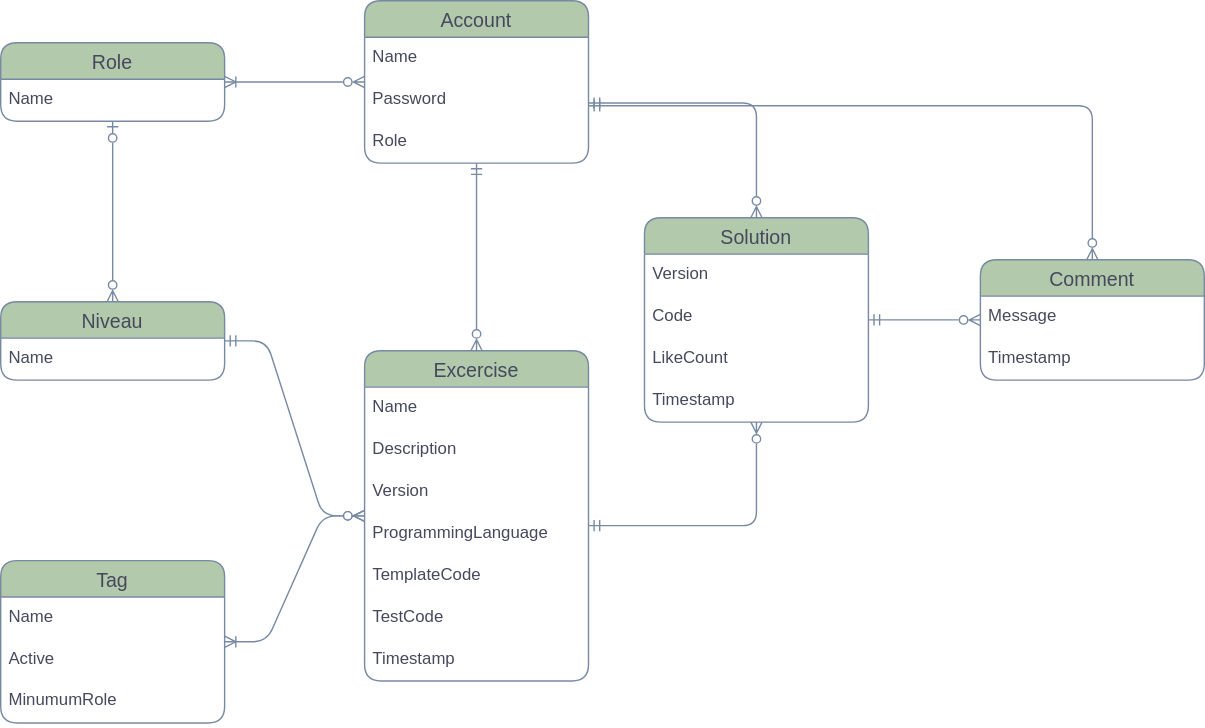
This is apps/avans-code-web/src/assets/erd.svg from Job79/avans-code, a draw.io export, as it was before one commit. Source tidied: cells renumbered, new cells last; positions are measured from the earlier drawing's top-left corner, leaving out a move shared by most shapes. Its diagram source:
```xml
<mxGraphModel>
  <root>
    <mxCell id="0" />
    <mxCell id="1" parent="0" />
    <mxCell id="2" style="edgeStyle=orthogonalEdgeStyle;rounded=1;jettySize=auto;html=1;endArrow=ERzeroToMany;endFill=0;startArrow=ERmandOne;startFill=0;labelBackgroundColor=none;strokeColor=#788AA3;fontColor=default;" parent="1" edge="1" source="3" target="13">
      <mxGeometry relative="1" as="geometry">
        <Array as="points">
          <mxPoint x="540" y="375" />
        </Array>
      </mxGeometry>
    </mxCell>
    <mxCell id="3" value="Excercise" style="swimlane;fontStyle=0;horizontal=1;startSize=26;align=center;fontSize=14;labelBackgroundColor=none;fillColor=#B2C9AB;strokeColor=#788AA3;fontColor=#46495D;rounded=1;" parent="1" vertex="1">
      <mxGeometry x="260" y="250" width="160" height="236" as="geometry" />
    </mxCell>
    <mxCell id="4" value="Name" style="text;strokeColor=none;fillColor=none;spacingLeft=4;spacingRight=4;overflow=hidden;fontSize=12;whiteSpace=wrap;html=1;labelBackgroundColor=none;fontColor=#46495D;rounded=1;" parent="3" vertex="1">
      <mxGeometry y="26" width="160" height="30" as="geometry" />
    </mxCell>
    <mxCell id="5" value="Description" style="text;strokeColor=none;fillColor=none;spacingLeft=4;spacingRight=4;overflow=hidden;fontSize=12;whiteSpace=wrap;html=1;labelBackgroundColor=none;fontColor=#46495D;rounded=1;" parent="3" vertex="1">
      <mxGeometry y="56" width="160" height="30" as="geometry" />
    </mxCell>
    <mxCell id="6" value="Version" style="text;strokeColor=none;fillColor=none;spacingLeft=4;spacingRight=4;overflow=hidden;fontSize=12;whiteSpace=wrap;html=1;labelBackgroundColor=none;fontColor=#46495D;rounded=1;" parent="3" vertex="1">
      <mxGeometry y="86" width="160" height="30" as="geometry" />
    </mxCell>
    <mxCell id="7" value="ProgrammingLanguage" style="text;strokeColor=none;fillColor=none;spacingLeft=4;spacingRight=4;overflow=hidden;fontSize=12;whiteSpace=wrap;html=1;labelBackgroundColor=none;fontColor=#46495D;rounded=1;" parent="3" vertex="1">
      <mxGeometry y="116" width="160" height="30" as="geometry" />
    </mxCell>
    <mxCell id="8" value="TemplateCode" style="text;strokeColor=none;fillColor=none;spacingLeft=4;spacingRight=4;overflow=hidden;fontSize=12;whiteSpace=wrap;html=1;labelBackgroundColor=none;fontColor=#46495D;rounded=1;" parent="3" vertex="1">
      <mxGeometry y="146" width="160" height="30" as="geometry" />
    </mxCell>
    <mxCell id="9" value="TestCode" style="text;strokeColor=none;fillColor=none;spacingLeft=4;spacingRight=4;overflow=hidden;fontSize=12;whiteSpace=wrap;html=1;labelBackgroundColor=none;fontColor=#46495D;rounded=1;" parent="3" vertex="1">
      <mxGeometry y="176" width="160" height="30" as="geometry" />
    </mxCell>
    <mxCell id="10" value="Timestamp" style="text;strokeColor=none;fillColor=none;spacingLeft=4;spacingRight=4;overflow=hidden;fontSize=12;whiteSpace=wrap;html=1;labelBackgroundColor=none;fontColor=#46495D;rounded=1;" parent="3" vertex="1">
      <mxGeometry y="206" width="160" height="30" as="geometry" />
    </mxCell>
    <mxCell id="11" style="edgeStyle=orthogonalEdgeStyle;rounded=1;jettySize=auto;html=1;endArrow=ERmandOne;endFill=0;startArrow=ERzeroToMany;startFill=0;labelBackgroundColor=none;strokeColor=#788AA3;fontColor=default;" parent="1" edge="1" source="13" target="30">
      <mxGeometry relative="1" as="geometry">
        <Array as="points">
          <mxPoint x="540" y="73" />
        </Array>
      </mxGeometry>
    </mxCell>
    <mxCell id="12" style="edgeStyle=orthogonalEdgeStyle;rounded=1;jettySize=auto;html=1;endArrow=ERzeroToMany;endFill=0;startArrow=ERmandOne;startFill=0;labelBackgroundColor=none;strokeColor=#788AA3;fontColor=default;" parent="1" edge="1" source="13" target="22">
      <mxGeometry relative="1" as="geometry" />
    </mxCell>
    <mxCell id="13" value="Solution" style="swimlane;fontStyle=0;horizontal=1;startSize=26;align=center;fontSize=14;labelBackgroundColor=none;fillColor=#B2C9AB;strokeColor=#788AA3;fontColor=#46495D;rounded=1;" parent="1" vertex="1">
      <mxGeometry x="460" y="155" width="160" height="146" as="geometry" />
    </mxCell>
    <mxCell id="14" value="Version" style="text;strokeColor=none;fillColor=none;spacingLeft=4;spacingRight=4;overflow=hidden;fontSize=12;whiteSpace=wrap;html=1;labelBackgroundColor=none;fontColor=#46495D;rounded=1;" parent="13" vertex="1">
      <mxGeometry y="26" width="160" height="30" as="geometry" />
    </mxCell>
    <mxCell id="15" value="Code" style="text;strokeColor=none;fillColor=none;spacingLeft=4;spacingRight=4;overflow=hidden;fontSize=12;whiteSpace=wrap;html=1;labelBackgroundColor=none;fontColor=#46495D;rounded=1;" parent="13" vertex="1">
      <mxGeometry y="56" width="160" height="30" as="geometry" />
    </mxCell>
    <mxCell id="16" value="LikeCount" style="text;strokeColor=none;fillColor=none;spacingLeft=4;spacingRight=4;overflow=hidden;fontSize=12;whiteSpace=wrap;html=1;labelBackgroundColor=none;fontColor=#46495D;rounded=1;" parent="13" vertex="1">
      <mxGeometry y="86" width="160" height="30" as="geometry" />
    </mxCell>
    <mxCell id="17" value="Timestamp" style="text;strokeColor=none;fillColor=none;spacingLeft=4;spacingRight=4;overflow=hidden;fontSize=12;whiteSpace=wrap;html=1;labelBackgroundColor=none;fontColor=#46495D;rounded=1;" parent="13" vertex="1">
      <mxGeometry y="116" width="160" height="30" as="geometry" />
    </mxCell>
    <mxCell id="18" value="Tag" style="swimlane;fontStyle=0;horizontal=1;startSize=26;align=center;fontSize=14;labelBackgroundColor=none;fillColor=#B2C9AB;strokeColor=#788AA3;fontColor=#46495D;rounded=1;" parent="1" vertex="1">
      <mxGeometry y="400" width="160" height="116" as="geometry" />
    </mxCell>
    <mxCell id="19" value="Name" style="text;strokeColor=none;fillColor=none;spacingLeft=4;spacingRight=4;overflow=hidden;fontSize=12;whiteSpace=wrap;html=1;labelBackgroundColor=none;fontColor=#46495D;rounded=1;" parent="18" vertex="1">
      <mxGeometry y="26" width="160" height="30" as="geometry" />
    </mxCell>
    <mxCell id="20" value="Active" style="text;strokeColor=none;fillColor=none;spacingLeft=4;spacingRight=4;overflow=hidden;fontSize=12;whiteSpace=wrap;html=1;labelBackgroundColor=none;fontColor=#46495D;rounded=1;" parent="18" vertex="1">
      <mxGeometry y="56" width="160" height="30" as="geometry" />
    </mxCell>
    <mxCell id="21" value="MinumumRole" style="text;strokeColor=none;fillColor=none;spacingLeft=4;spacingRight=4;overflow=hidden;fontSize=12;whiteSpace=wrap;html=1;labelBackgroundColor=none;fontColor=#46495D;rounded=1;" parent="18" vertex="1">
      <mxGeometry y="86" width="160" height="30" as="geometry" />
    </mxCell>
    <mxCell id="22" value="Comment" style="swimlane;fontStyle=0;horizontal=1;startSize=26;align=center;fontSize=14;labelBackgroundColor=none;fillColor=#B2C9AB;strokeColor=#788AA3;fontColor=#46495D;rounded=1;" parent="1" vertex="1">
      <mxGeometry x="700" y="185" width="160" height="86" as="geometry" />
    </mxCell>
    <mxCell id="23" value="Message" style="text;strokeColor=none;fillColor=none;spacingLeft=4;spacingRight=4;overflow=hidden;fontSize=12;whiteSpace=wrap;html=1;labelBackgroundColor=none;fontColor=#46495D;rounded=1;" parent="22" vertex="1">
      <mxGeometry y="26" width="160" height="30" as="geometry" />
    </mxCell>
    <mxCell id="24" value="Timestamp" style="text;strokeColor=none;fillColor=none;spacingLeft=4;spacingRight=4;overflow=hidden;fontSize=12;whiteSpace=wrap;html=1;labelBackgroundColor=none;fontColor=#46495D;rounded=1;" parent="22" vertex="1">
      <mxGeometry y="56" width="160" height="30" as="geometry" />
    </mxCell>
    <mxCell id="25" style="edgeStyle=entityRelationEdgeStyle;fontSize=12;html=1;endArrow=ERoneToMany;startArrow=ERzeroToMany;rounded=1;labelBackgroundColor=none;strokeColor=#788AA3;fontColor=default;" parent="1" edge="1" source="3" target="18">
      <mxGeometry relative="1" as="geometry" />
    </mxCell>
    <mxCell id="26" value="Niveau" style="swimlane;fontStyle=0;horizontal=1;startSize=26;align=center;fontSize=14;labelBackgroundColor=none;fillColor=#B2C9AB;strokeColor=#788AA3;fontColor=#46495D;rounded=1;" parent="1" vertex="1">
      <mxGeometry y="215" width="160" height="56" as="geometry" />
    </mxCell>
    <mxCell id="27" value="Name" style="text;strokeColor=none;fillColor=none;spacingLeft=4;spacingRight=4;overflow=hidden;fontSize=12;whiteSpace=wrap;html=1;labelBackgroundColor=none;fontColor=#46495D;rounded=1;" parent="26" vertex="1">
      <mxGeometry y="26" width="160" height="30" as="geometry" />
    </mxCell>
    <mxCell id="28" style="edgeStyle=entityRelationEdgeStyle;fontSize=12;html=1;endArrow=ERzeroToMany;startArrow=ERmandOne;rounded=1;labelBackgroundColor=none;strokeColor=#788AA3;fontColor=default;" parent="1" edge="1" source="26" target="3">
      <mxGeometry relative="1" as="geometry" />
    </mxCell>
    <mxCell id="29" style="edgeStyle=orthogonalEdgeStyle;rounded=1;jettySize=auto;html=1;endArrow=ERzeroToMany;endFill=0;startArrow=ERmandOne;startFill=0;labelBackgroundColor=none;strokeColor=#788AA3;fontColor=default;" parent="1" edge="1" source="30" target="3">
      <mxGeometry relative="1" as="geometry" />
    </mxCell>
    <mxCell id="30" value="Account" style="swimlane;fontStyle=0;horizontal=1;startSize=26;align=center;fontSize=14;labelBackgroundColor=none;fillColor=#B2C9AB;strokeColor=#788AA3;fontColor=#46495D;rounded=1;" parent="1" vertex="1">
      <mxGeometry x="260" width="160" height="116" as="geometry" />
    </mxCell>
    <mxCell id="31" value="Name" style="text;strokeColor=none;fillColor=none;spacingLeft=4;spacingRight=4;overflow=hidden;fontSize=12;whiteSpace=wrap;html=1;labelBackgroundColor=none;fontColor=#46495D;rounded=1;" parent="30" vertex="1">
      <mxGeometry y="26" width="160" height="30" as="geometry" />
    </mxCell>
    <mxCell id="32" value="Password" style="text;strokeColor=none;fillColor=none;spacingLeft=4;spacingRight=4;overflow=hidden;fontSize=12;whiteSpace=wrap;html=1;labelBackgroundColor=none;fontColor=#46495D;rounded=1;" parent="30" vertex="1">
      <mxGeometry y="56" width="160" height="30" as="geometry" />
    </mxCell>
    <mxCell id="33" value="Role" style="text;strokeColor=none;fillColor=none;spacingLeft=4;spacingRight=4;overflow=hidden;fontSize=12;whiteSpace=wrap;html=1;labelBackgroundColor=none;fontColor=#46495D;rounded=1;" parent="30" vertex="1">
      <mxGeometry y="86" width="160" height="30" as="geometry" />
    </mxCell>
    <mxCell id="34" style="edgeStyle=orthogonalEdgeStyle;rounded=1;jettySize=auto;html=1;endArrow=ERzeroToMany;endFill=0;startArrow=ERzeroToOne;startFill=0;labelBackgroundColor=none;strokeColor=#788AA3;fontColor=default;" parent="1" edge="1" source="36" target="26">
      <mxGeometry relative="1" as="geometry" />
    </mxCell>
    <mxCell id="35" style="edgeStyle=orthogonalEdgeStyle;rounded=1;jettySize=auto;html=1;endArrow=ERzeroToMany;endFill=0;startArrow=ERoneToMany;startFill=0;labelBackgroundColor=none;strokeColor=#788AA3;fontColor=default;" parent="1" edge="1" source="36" target="30">
      <mxGeometry relative="1" as="geometry" />
    </mxCell>
    <mxCell id="36" value="Role" style="swimlane;fontStyle=0;horizontal=1;startSize=26;align=center;fontSize=14;labelBackgroundColor=none;fillColor=#B2C9AB;strokeColor=#788AA3;fontColor=#46495D;rounded=1;" parent="1" vertex="1">
      <mxGeometry y="30" width="160" height="56" as="geometry" />
    </mxCell>
    <mxCell id="37" value="Name" style="text;strokeColor=none;fillColor=none;spacingLeft=4;spacingRight=4;overflow=hidden;fontSize=12;whiteSpace=wrap;html=1;labelBackgroundColor=none;fontColor=#46495D;rounded=1;" parent="36" vertex="1">
      <mxGeometry y="26" width="160" height="30" as="geometry" />
    </mxCell>
    <mxCell id="38" style="edgeStyle=orthogonalEdgeStyle;rounded=1;jettySize=auto;html=1;endArrow=ERmandOne;endFill=0;startArrow=ERzeroToMany;startFill=0;labelBackgroundColor=none;strokeColor=#788AA3;fontColor=default;" parent="1" edge="1" source="22" target="30">
      <mxGeometry relative="1" as="geometry">
        <Array as="points">
          <mxPoint x="780" y="75" />
        </Array>
      </mxGeometry>
    </mxCell>
  </root>
</mxGraphModel>
```
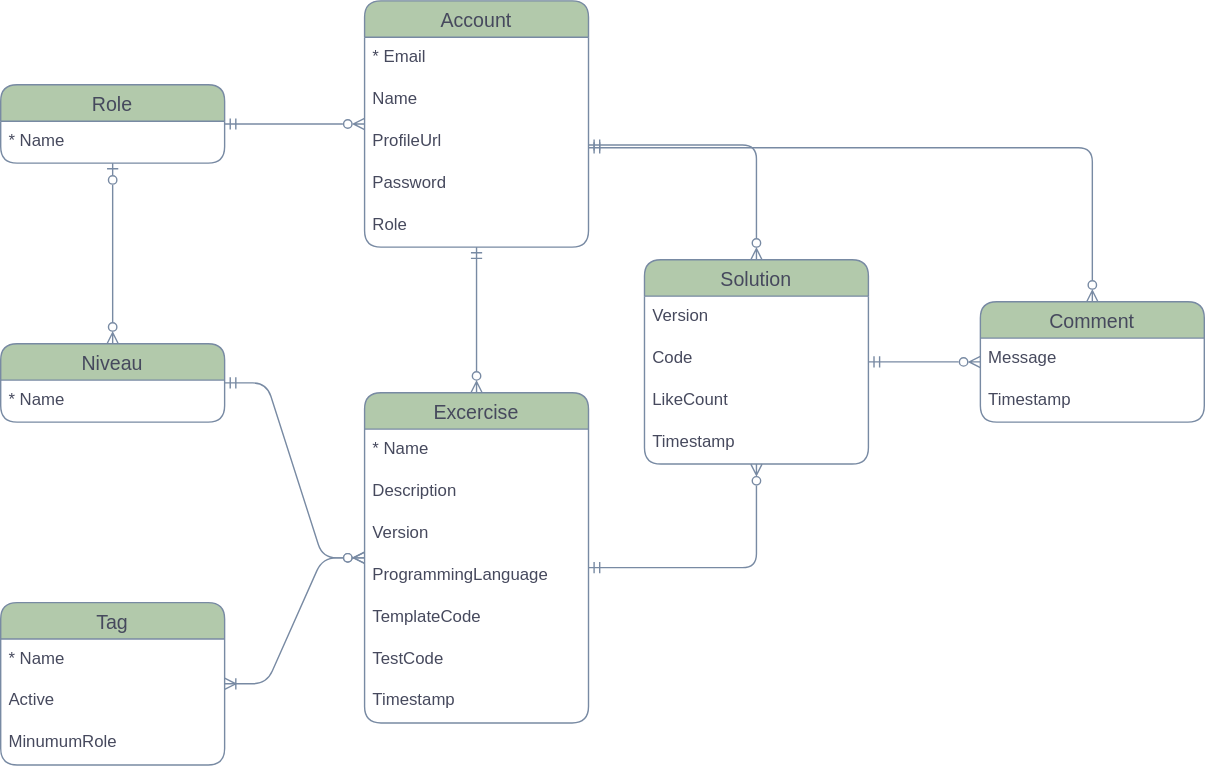
After the commit.

Change to the diagram source:
```diff
@@ -12,7 +12,7 @@
     <mxCell id="3" value="Excercise" style="swimlane;fontStyle=0;horizontal=1;startSize=26;align=center;fontSize=14;labelBackgroundColor=none;fillColor=#B2C9AB;strokeColor=#788AA3;fontColor=#46495D;rounded=1;" parent="1" vertex="1">
       <mxGeometry x="260" y="250" width="160" height="236" as="geometry" />
     </mxCell>
-    <mxCell id="4" value="Name" style="text;strokeColor=none;fillColor=none;spacingLeft=4;spacingRight=4;overflow=hidden;fontSize=12;whiteSpace=wrap;html=1;labelBackgroundColor=none;fontColor=#46495D;rounded=1;" parent="3" vertex="1">
+    <mxCell id="4" value="* Name" style="text;strokeColor=none;fillColor=none;spacingLeft=4;spacingRight=4;overflow=hidden;fontSize=12;whiteSpace=wrap;html=1;labelBackgroundColor=none;fontColor=#46495D;rounded=1;" parent="3" vertex="1">
       <mxGeometry y="26" width="160" height="30" as="geometry" />
     </mxCell>
     <mxCell id="5" value="Description" style="text;strokeColor=none;fillColor=none;spacingLeft=4;spacingRight=4;overflow=hidden;fontSize=12;whiteSpace=wrap;html=1;labelBackgroundColor=none;fontColor=#46495D;rounded=1;" parent="3" vertex="1">
@@ -61,7 +61,7 @@
     <mxCell id="18" value="Tag" style="swimlane;fontStyle=0;horizontal=1;startSize=26;align=center;fontSize=14;labelBackgroundColor=none;fillColor=#B2C9AB;strokeColor=#788AA3;fontColor=#46495D;rounded=1;" parent="1" vertex="1">
       <mxGeometry y="400" width="160" height="116" as="geometry" />
     </mxCell>
-    <mxCell id="19" value="Name" style="text;strokeColor=none;fillColor=none;spacingLeft=4;spacingRight=4;overflow=hidden;fontSize=12;whiteSpace=wrap;html=1;labelBackgroundColor=none;fontColor=#46495D;rounded=1;" parent="18" vertex="1">
+    <mxCell id="19" value="* Name" style="text;strokeColor=none;fillColor=none;spacingLeft=4;spacingRight=4;overflow=hidden;fontSize=12;whiteSpace=wrap;html=1;labelBackgroundColor=none;fontColor=#46495D;rounded=1;" parent="18" vertex="1">
       <mxGeometry y="26" width="160" height="30" as="geometry" />
     </mxCell>
     <mxCell id="20" value="Active" style="text;strokeColor=none;fillColor=none;spacingLeft=4;spacingRight=4;overflow=hidden;fontSize=12;whiteSpace=wrap;html=1;labelBackgroundColor=none;fontColor=#46495D;rounded=1;" parent="18" vertex="1">
@@ -85,7 +85,7 @@
     <mxCell id="26" value="Niveau" style="swimlane;fontStyle=0;horizontal=1;startSize=26;align=center;fontSize=14;labelBackgroundColor=none;fillColor=#B2C9AB;strokeColor=#788AA3;fontColor=#46495D;rounded=1;" parent="1" vertex="1">
       <mxGeometry y="215" width="160" height="56" as="geometry" />
     </mxCell>
-    <mxCell id="27" value="Name" style="text;strokeColor=none;fillColor=none;spacingLeft=4;spacingRight=4;overflow=hidden;fontSize=12;whiteSpace=wrap;html=1;labelBackgroundColor=none;fontColor=#46495D;rounded=1;" parent="26" vertex="1">
+    <mxCell id="27" value="* Name" style="text;strokeColor=none;fillColor=none;spacingLeft=4;spacingRight=4;overflow=hidden;fontSize=12;whiteSpace=wrap;html=1;labelBackgroundColor=none;fontColor=#46495D;rounded=1;" parent="26" vertex="1">
       <mxGeometry y="26" width="160" height="30" as="geometry" />
     </mxCell>
     <mxCell id="28" style="edgeStyle=entityRelationEdgeStyle;fontSize=12;html=1;endArrow=ERzeroToMany;startArrow=ERmandOne;rounded=1;labelBackgroundColor=none;strokeColor=#788AA3;fontColor=default;" parent="1" edge="1" source="26" target="3">
@@ -95,27 +95,33 @@
       <mxGeometry relative="1" as="geometry" />
     </mxCell>
     <mxCell id="30" value="Account" style="swimlane;fontStyle=0;horizontal=1;startSize=26;align=center;fontSize=14;labelBackgroundColor=none;fillColor=#B2C9AB;strokeColor=#788AA3;fontColor=#46495D;rounded=1;" parent="1" vertex="1">
-      <mxGeometry x="260" width="160" height="116" as="geometry" />
+      <mxGeometry x="260" y="-30" width="160" height="176" as="geometry" />
     </mxCell>
+    <mxCell id="39" value="* Email" style="text;strokeColor=none;fillColor=none;spacingLeft=4;spacingRight=4;overflow=hidden;fontSize=12;whiteSpace=wrap;html=1;labelBackgroundColor=none;fontColor=#46495D;rounded=1;" parent="30" vertex="1">
+      <mxGeometry y="26" width="160" height="30" as="geometry" />
+    </mxCell>
     <mxCell id="31" value="Name" style="text;strokeColor=none;fillColor=none;spacingLeft=4;spacingRight=4;overflow=hidden;fontSize=12;whiteSpace=wrap;html=1;labelBackgroundColor=none;fontColor=#46495D;rounded=1;" parent="30" vertex="1">
-      <mxGeometry y="26" width="160" height="30" as="geometry" />
+      <mxGeometry y="56" width="160" height="30" as="geometry" />
     </mxCell>
+    <mxCell id="40" value="ProfileUrl" style="text;strokeColor=none;fillColor=none;spacingLeft=4;spacingRight=4;overflow=hidden;fontSize=12;whiteSpace=wrap;html=1;labelBackgroundColor=none;fontColor=#46495D;rounded=1;" parent="30" vertex="1">
+      <mxGeometry y="86" width="160" height="30" as="geometry" />
+    </mxCell>
     <mxCell id="32" value="Password" style="text;strokeColor=none;fillColor=none;spacingLeft=4;spacingRight=4;overflow=hidden;fontSize=12;whiteSpace=wrap;html=1;labelBackgroundColor=none;fontColor=#46495D;rounded=1;" parent="30" vertex="1">
-      <mxGeometry y="56" width="160" height="30" as="geometry" />
+      <mxGeometry y="116" width="160" height="30" as="geometry" />
     </mxCell>
     <mxCell id="33" value="Role" style="text;strokeColor=none;fillColor=none;spacingLeft=4;spacingRight=4;overflow=hidden;fontSize=12;whiteSpace=wrap;html=1;labelBackgroundColor=none;fontColor=#46495D;rounded=1;" parent="30" vertex="1">
-      <mxGeometry y="86" width="160" height="30" as="geometry" />
+      <mxGeometry y="146" width="160" height="30" as="geometry" />
     </mxCell>
     <mxCell id="34" style="edgeStyle=orthogonalEdgeStyle;rounded=1;jettySize=auto;html=1;endArrow=ERzeroToMany;endFill=0;startArrow=ERzeroToOne;startFill=0;labelBackgroundColor=none;strokeColor=#788AA3;fontColor=default;" parent="1" edge="1" source="36" target="26">
       <mxGeometry relative="1" as="geometry" />
     </mxCell>
-    <mxCell id="35" style="edgeStyle=orthogonalEdgeStyle;rounded=1;jettySize=auto;html=1;endArrow=ERzeroToMany;endFill=0;startArrow=ERoneToMany;startFill=0;labelBackgroundColor=none;strokeColor=#788AA3;fontColor=default;" parent="1" edge="1" source="36" target="30">
+    <mxCell id="35" style="edgeStyle=orthogonalEdgeStyle;rounded=1;jettySize=auto;html=1;endArrow=ERzeroToMany;endFill=0;startArrow=ERmandOne;startFill=0;labelBackgroundColor=none;strokeColor=#788AA3;fontColor=default;" parent="1" edge="1" source="36" target="30">
       <mxGeometry relative="1" as="geometry" />
     </mxCell>
     <mxCell id="36" value="Role" style="swimlane;fontStyle=0;horizontal=1;startSize=26;align=center;fontSize=14;labelBackgroundColor=none;fillColor=#B2C9AB;strokeColor=#788AA3;fontColor=#46495D;rounded=1;" parent="1" vertex="1">
       <mxGeometry y="30" width="160" height="56" as="geometry" />
     </mxCell>
-    <mxCell id="37" value="Name" style="text;strokeColor=none;fillColor=none;spacingLeft=4;spacingRight=4;overflow=hidden;fontSize=12;whiteSpace=wrap;html=1;labelBackgroundColor=none;fontColor=#46495D;rounded=1;" parent="36" vertex="1">
+    <mxCell id="37" value="* Name" style="text;strokeColor=none;fillColor=none;spacingLeft=4;spacingRight=4;overflow=hidden;fontSize=12;whiteSpace=wrap;html=1;labelBackgroundColor=none;fontColor=#46495D;rounded=1;" parent="36" vertex="1">
       <mxGeometry y="26" width="160" height="30" as="geometry" />
     </mxCell>
     <mxCell id="38" style="edgeStyle=orthogonalEdgeStyle;rounded=1;jettySize=auto;html=1;endArrow=ERmandOne;endFill=0;startArrow=ERzeroToMany;startFill=0;labelBackgroundColor=none;strokeColor=#788AA3;fontColor=default;" parent="1" edge="1" source="22" target="30">
```
